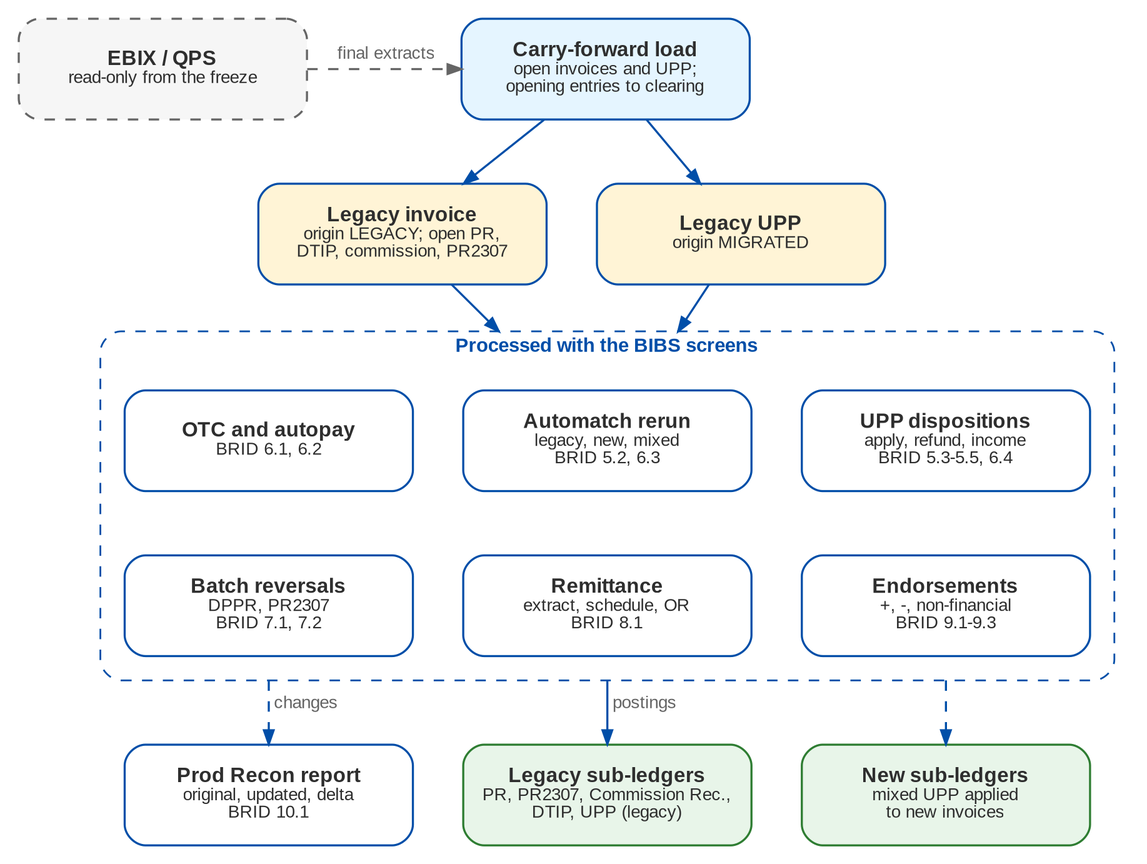
Before: docs/deliverables/src/BRD-13_Data_Migration/figures/brd13_legacy_invoice_flows.png, a diagram exported from Graphviz (IortaTexhNXT-DEV/FinVerse). Its source is kept beside it as docs/deliverables/src/BRD-13_Data_Migration/figures/brd13_legacy_invoice_flows.dot.
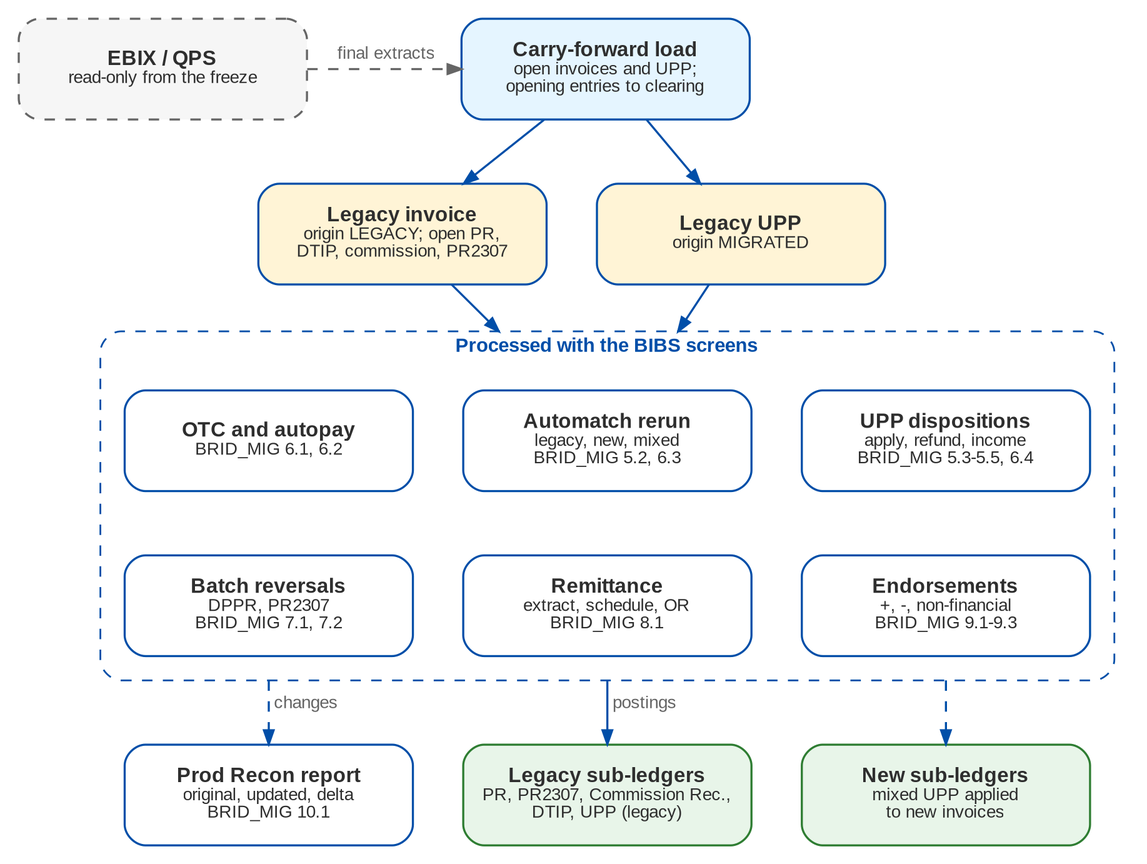
The same diagram one commit later.

What changed in the source:
```diff
@@ -12,18 +12,18 @@
   subgraph cluster_bibs {
     label=<<b>Processed with the BIBS screens</b>>; fontname="Arial"; fontsize=11; fontcolor="@HEADER_BLUE";
     style="rounded,dashed"; color="@HEADER_BLUE"; margin=14;
-    otc [label=<<b>OTC and autopay</b><br/><font point-size="10">BRID 6.1, 6.2</font>>];
-    am  [label=<<b>Automatch rerun</b><br/><font point-size="10">legacy, new, mixed<br/>BRID 5.2, 6.3</font>>];
-    dsp [label=<<b>UPP dispositions</b><br/><font point-size="10">apply, refund, income<br/>BRID 5.3-5.5, 6.4</font>>];
-    rev [label=<<b>Batch reversals</b><br/><font point-size="10">DPPR, PR2307<br/>BRID 7.1, 7.2</font>>];
-    rem [label=<<b>Remittance</b><br/><font point-size="10">extract, schedule, OR<br/>BRID 8.1</font>>];
-    end [label=<<b>Endorsements</b><br/><font point-size="10">+, -, non-financial<br/>BRID 9.1-9.3</font>>];
+    otc [label=<<b>OTC and autopay</b><br/><font point-size="10">BRID_MIG 6.1, 6.2</font>>];
+    am  [label=<<b>Automatch rerun</b><br/><font point-size="10">legacy, new, mixed<br/>BRID_MIG 5.2, 6.3</font>>];
+    dsp [label=<<b>UPP dispositions</b><br/><font point-size="10">apply, refund, income<br/>BRID_MIG 5.3-5.5, 6.4</font>>];
+    rev [label=<<b>Batch reversals</b><br/><font point-size="10">DPPR, PR2307<br/>BRID_MIG 7.1, 7.2</font>>];
+    rem [label=<<b>Remittance</b><br/><font point-size="10">extract, schedule, OR<br/>BRID_MIG 8.1</font>>];
+    end [label=<<b>Endorsements</b><br/><font point-size="10">+, -, non-financial<br/>BRID_MIG 9.1-9.3</font>>];
     { rank=same; otc; am; dsp; }
     { rank=same; rev; rem; end; }
     otc -> rev [style=invis]; am -> rem [style=invis]; dsp -> end [style=invis];
   }
 
-  prc [label=<<b>Prod Recon report</b><br/><font point-size="10">original, updated, delta<br/>BRID 10.1</font>>];
+  prc [label=<<b>Prod Recon report</b><br/><font point-size="10">original, updated, delta<br/>BRID_MIG 10.1</font>>];
   gl  [label=<<b>Legacy sub-ledgers</b><br/><font point-size="10">PR, PR2307, Commission Rec.,<br/>DTIP, UPP (legacy)</font>>, fillcolor="@SUCCESS_BG", color="@SUCCESS"];
   new [label=<<b>New sub-ledgers</b><br/><font point-size="10">mixed UPP applied<br/>to new invoices</font>>, fillcolor="@SUCCESS_BG", color="@SUCCESS"];
 
```
